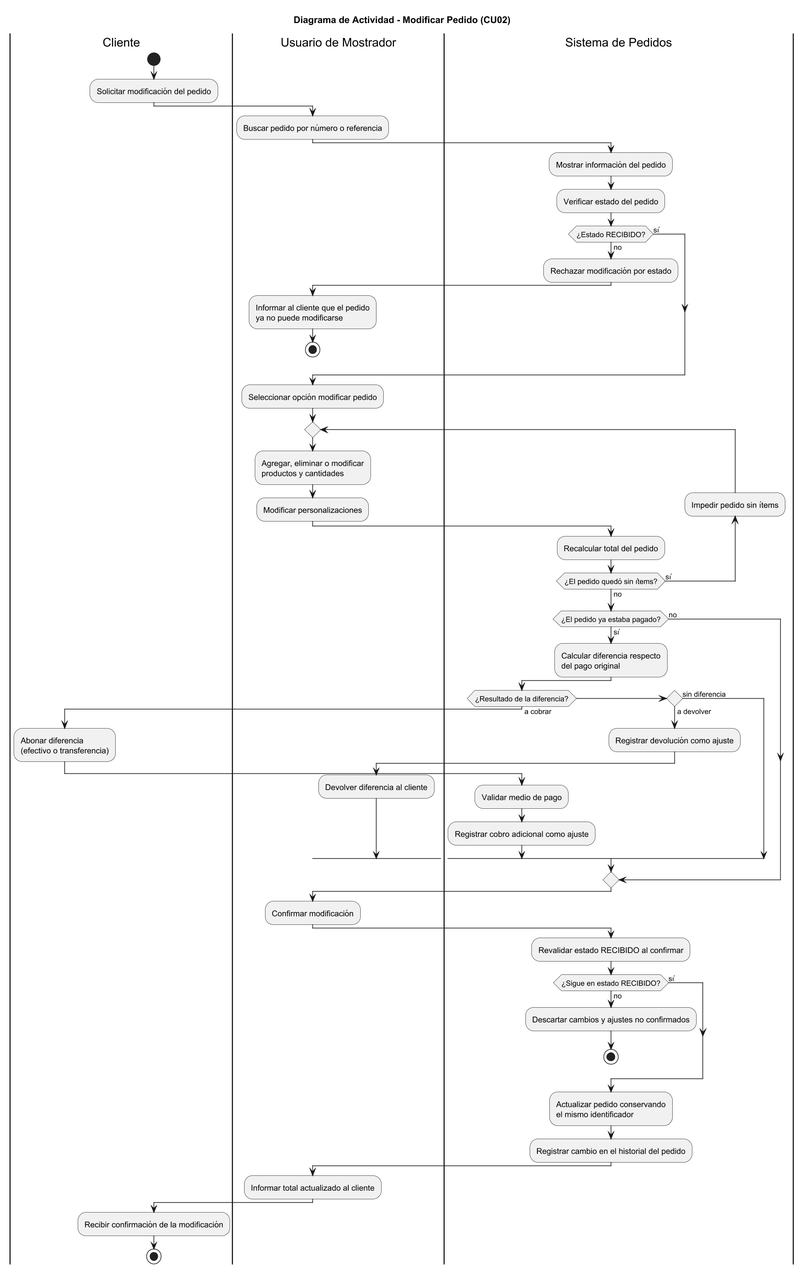
Before: diagramas/04-diagramas-actividades/04-actividad-modificar-pedido-02.png, a diagram exported from PlantUML (eloeyhe/SistemaPedidos). Its diagram source:
```plantuml
@startuml 04-actividad-modificar-pedido-02
!pragma layout smetana
skinparam dpi 150
skinparam ArrowFontSize 11

title Diagrama de Actividad - Modificar Pedido (CU02)

|Cliente|
start
:Solicitar modificación del pedido;

|Usuario de Mostrador|
:Buscar pedido por número o referencia;

|Sistema de Pedidos|
:Mostrar información del pedido;
:Verificar estado del pedido;

if (¿Estado RECIBIDO?) then (no)
  :Rechazar modificación por estado;
  |Usuario de Mostrador|
  :Informar al cliente que el pedido
  ya no puede modificarse;
  stop
else (sí)
endif

|Usuario de Mostrador|
:Seleccionar opción modificar pedido;

repeat
  :Agregar, eliminar o modificar
  productos y cantidades;
  :Modificar personalizaciones;
  |Sistema de Pedidos|
  :Recalcular total del pedido;
backward :Impedir pedido sin ítems;
repeat while (¿El pedido quedó sin ítems?) is (sí) not (no)

if (¿El pedido ya estaba pagado?) then (sí)
  :Calcular diferencia respecto
  del pago original;
  if (¿Resultado de la diferencia?) then (a cobrar)
    |Cliente|
    :Abonar diferencia
    (efectivo o transferencia);
    |Sistema de Pedidos|
    :Validar medio de pago;
    :Registrar cobro adicional como ajuste;
  elseif () then (a devolver)
    :Registrar devolución como ajuste;
    |Usuario de Mostrador|
    :Devolver diferencia al cliente;
  else (sin diferencia)
  endif
else (no)
endif

|Usuario de Mostrador|
:Confirmar modificación;

|Sistema de Pedidos|
:Revalidar estado RECIBIDO al confirmar;
if (¿Sigue en estado RECIBIDO?) then (no)
  :Descartar cambios y ajustes no confirmados;
  stop
else (sí)
endif

:Actualizar pedido conservando
el mismo identificador;
:Registrar cambio en el historial del pedido;

|Usuario de Mostrador|
:Informar total actualizado al cliente;

|Cliente|
:Recibir confirmación de la modificación;
stop
@enduml
```
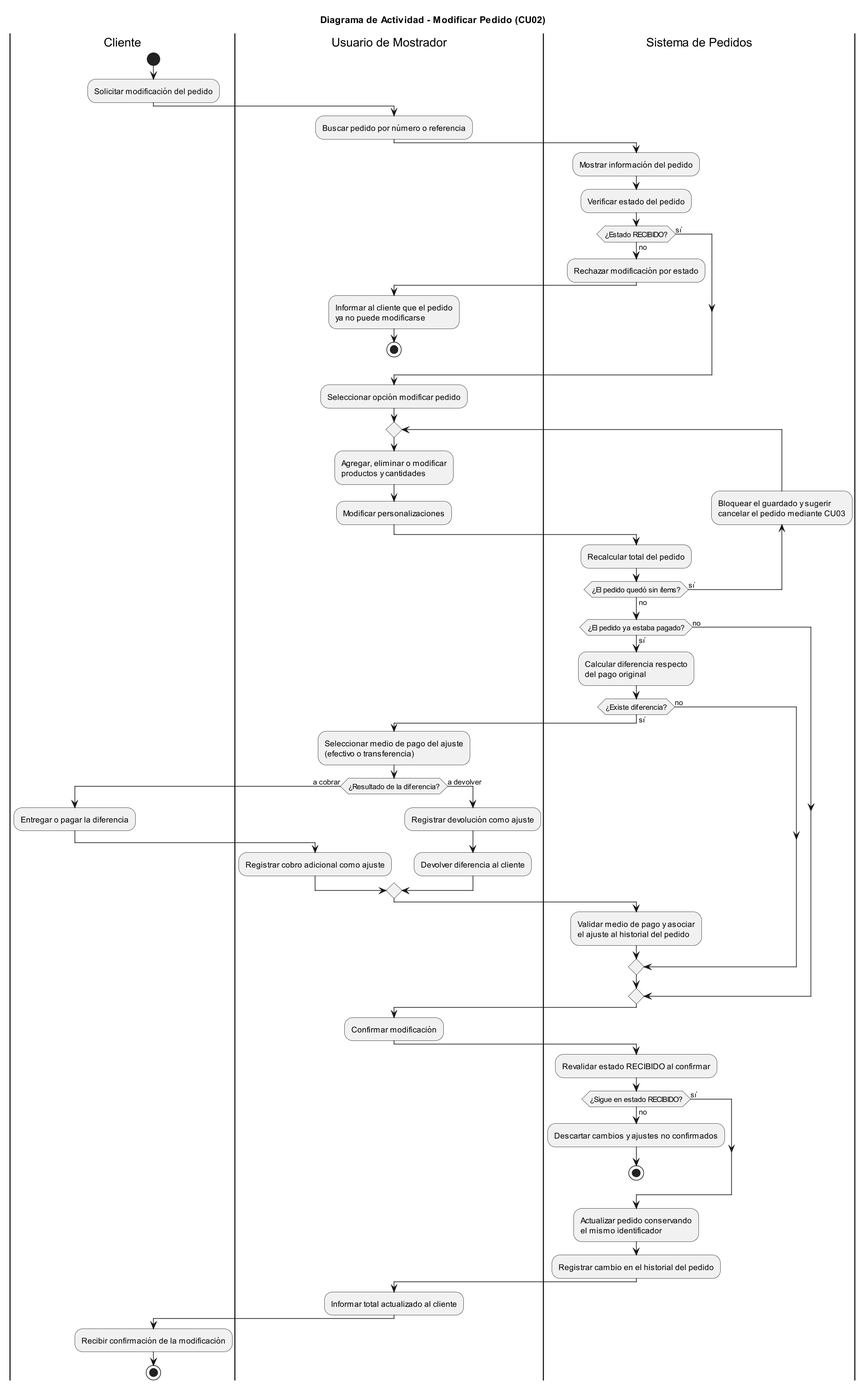
The same diagram one commit later.

Commit message:
Corrijo diagramas de actividades segun revision de la PR #190

The edit, as a diff of the source:
```diff
@@ -1,5 +1,4 @@
 @startuml 04-actividad-modificar-pedido-02
-!pragma layout smetana
 skinparam dpi 150
 skinparam ArrowFontSize 11
 
@@ -34,24 +33,30 @@
   :Modificar personalizaciones;
   |Sistema de Pedidos|
   :Recalcular total del pedido;
-backward :Impedir pedido sin ítems;
+backward :Bloquear el guardado y sugerir
+cancelar el pedido mediante CU03;
 repeat while (¿El pedido quedó sin ítems?) is (sí) not (no)
 
 if (¿El pedido ya estaba pagado?) then (sí)
   :Calcular diferencia respecto
   del pago original;
-  if (¿Resultado de la diferencia?) then (a cobrar)
-    |Cliente|
-    :Abonar diferencia
+  if (¿Existe diferencia?) then (sí)
+    |Usuario de Mostrador|
+    :Seleccionar medio de pago del ajuste
     (efectivo o transferencia);
+    if (¿Resultado de la diferencia?) then (a cobrar)
+      |Cliente|
+      :Entregar o pagar la diferencia;
+      |Usuario de Mostrador|
+      :Registrar cobro adicional como ajuste;
+    else (a devolver)
+      :Registrar devolución como ajuste;
+      :Devolver diferencia al cliente;
+    endif
     |Sistema de Pedidos|
-    :Validar medio de pago;
-    :Registrar cobro adicional como ajuste;
-  elseif () then (a devolver)
-    :Registrar devolución como ajuste;
-    |Usuario de Mostrador|
-    :Devolver diferencia al cliente;
-  else (sin diferencia)
+    :Validar medio de pago y asociar
+    el ajuste al historial del pedido;
+  else (no)
   endif
 else (no)
 endif
```
